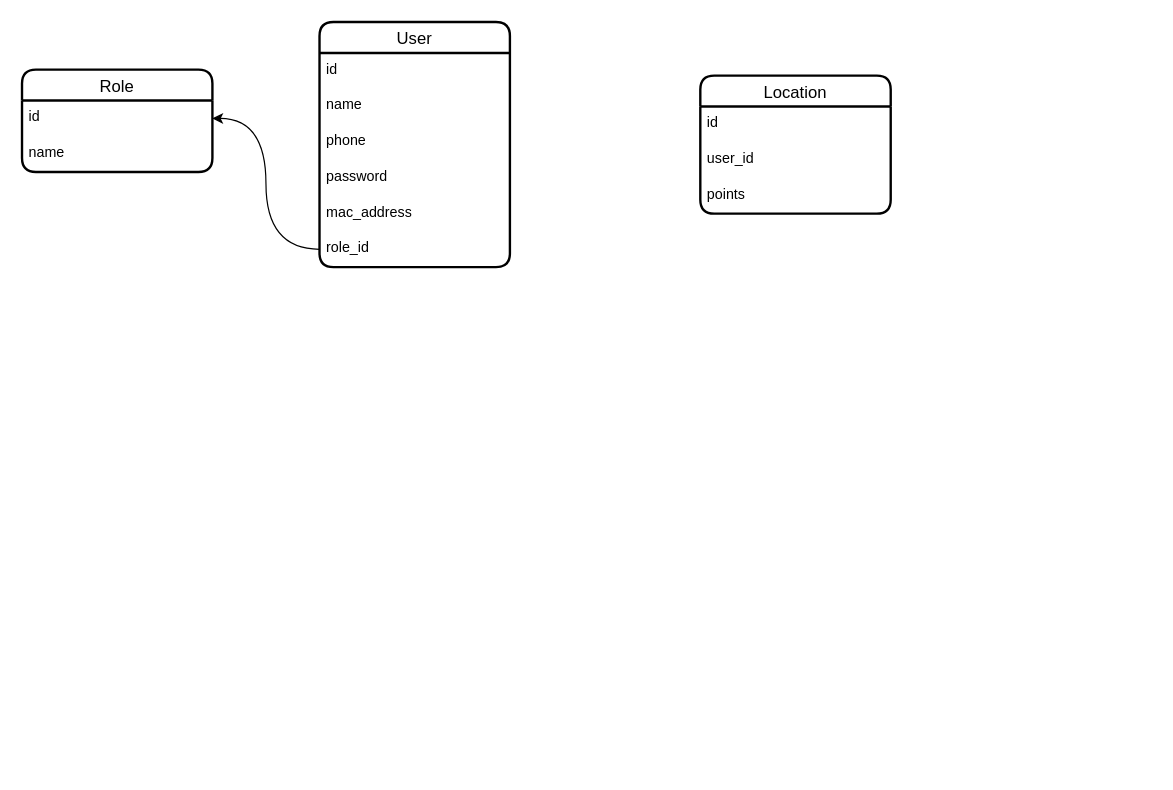
Above: karsoft-location.drawio in iztileuoff/databases (draw.io), before the change. Source tidied: cells renumbered, new cells numbered last; positions are measured from the earlier drawing's top-left corner, leaving out a move shared by most shapes. Both pictures are drawn from the tidied source at 119%, with x=0, y=0 at pixel (21, 21).
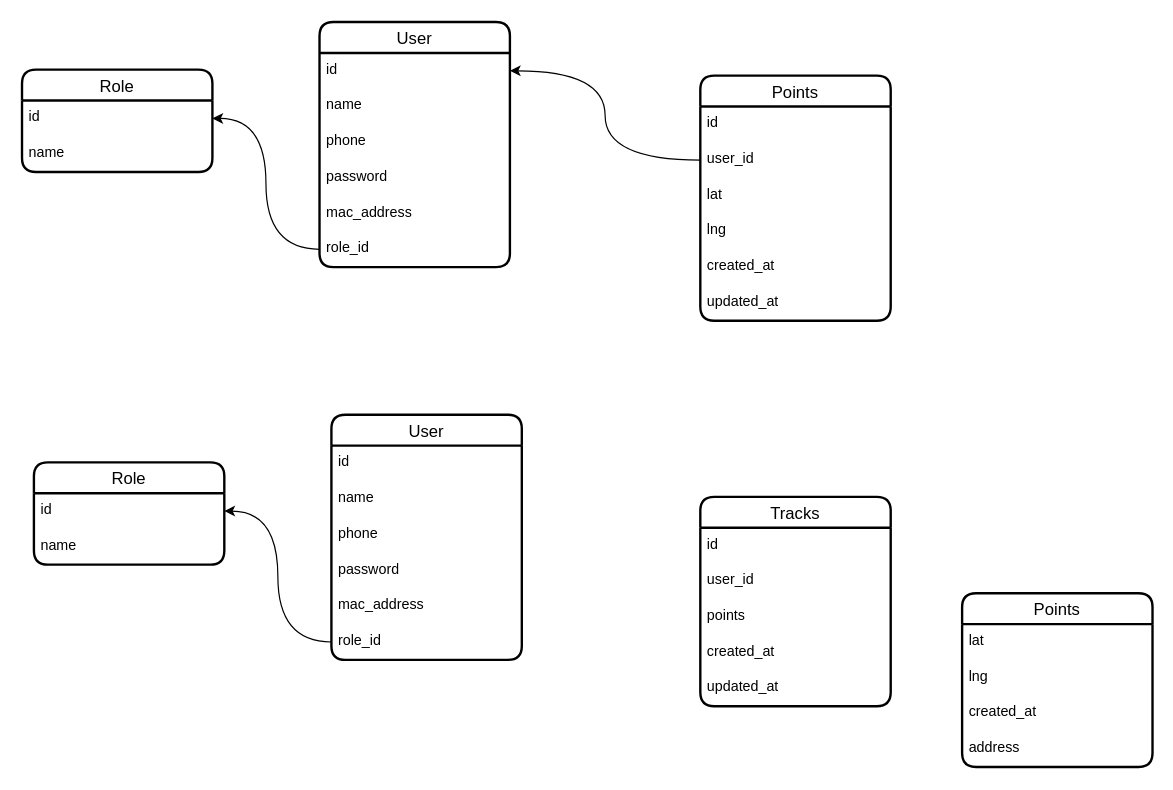
The same page after the edit.

The change refers to these unchanged cells:
```xml
<mxCell id="3" value="id" style="text;strokeColor=none;fillColor=none;spacingLeft=4;spacingRight=4;overflow=hidden;points=[[0,0.5],[1,0.5]];portConstraint=eastwest;fontSize=12;whiteSpace=wrap;html=1;" parent="2" vertex="1">
  <mxGeometry y="26" width="160" height="30" as="geometry" />
</mxCell>
<mxCell id="15" value="user_id" style="text;strokeColor=none;fillColor=none;spacingLeft=4;spacingRight=4;overflow=hidden;points=[[0,0.5],[1,0.5]];portConstraint=eastwest;fontSize=12;whiteSpace=wrap;html=1;" parent="13" vertex="1">
  <mxGeometry y="56" width="160" height="30" as="geometry" />
</mxCell>
```

Diff of the diagram source:
```diff
@@
-    <mxCell id="13" value="Location" style="swimlane;fontStyle=0;horizontal=1;startSize=26;align=center;fontSize=14;strokeWidth=2;rounded=1;shadow=0;glass=0;swimlaneLine=1;" parent="1" vertex="1">
-      <mxGeometry x="570" y="45" width="160" height="116" as="geometry" />
+    <mxCell id="13" value="Points" style="swimlane;fontStyle=0;horizontal=1;startSize=26;align=center;fontSize=14;strokeWidth=2;rounded=1;shadow=0;glass=0;swimlaneLine=1;" parent="1" vertex="1">
+      <mxGeometry x="570" y="45" width="160" height="206" as="geometry" />
     </mxCell>
@@
-    <mxCell id="16" value="points" style="text;strokeColor=none;fillColor=none;spacingLeft=4;spacingRight=4;overflow=hidden;fontSize=12;whiteSpace=wrap;html=1;" parent="13" vertex="1">
+    <mxCell id="16" value="lat" style="text;strokeColor=none;fillColor=none;spacingLeft=4;spacingRight=4;overflow=hidden;fontSize=12;whiteSpace=wrap;html=1;" parent="13" vertex="1">
       <mxGeometry y="86" width="160" height="30" as="geometry" />
     </mxCell>
+    <mxCell id="17" value="lng" style="text;strokeColor=none;fillColor=none;spacingLeft=4;spacingRight=4;overflow=hidden;fontSize=12;whiteSpace=wrap;html=1;" parent="13" vertex="1">
+      <mxGeometry y="116" width="160" height="30" as="geometry" />
+    </mxCell>
+    <mxCell id="18" value="created_at" style="text;strokeColor=none;fillColor=none;spacingLeft=4;spacingRight=4;overflow=hidden;fontSize=12;whiteSpace=wrap;html=1;" parent="13" vertex="1">
+      <mxGeometry y="146" width="160" height="30" as="geometry" />
+    </mxCell>
+    <mxCell id="19" value="updated_at" style="text;strokeColor=none;fillColor=none;spacingLeft=4;spacingRight=4;overflow=hidden;fontSize=12;whiteSpace=wrap;html=1;" parent="13" vertex="1">
+      <mxGeometry y="176" width="160" height="30" as="geometry" />
+    </mxCell>
+    <mxCell id="20" style="edgeStyle=orthogonalEdgeStyle;rounded=0;jettySize=auto;html=1;entryX=1;entryY=0.5;entryDx=0;entryDy=0;curved=1;" parent="1" edge="1" source="15" target="3">
+      <mxGeometry relative="1" as="geometry" />
+    </mxCell>
+    <mxCell id="21" value="User" style="swimlane;fontStyle=0;horizontal=1;startSize=26;align=center;fontSize=14;strokeWidth=2;rounded=1;shadow=0;glass=0;swimlaneLine=1;" parent="1" vertex="1">
+      <mxGeometry x="260" y="330" width="160" height="206" as="geometry" />
+    </mxCell>
+    <mxCell id="22" value="id" style="text;strokeColor=none;fillColor=none;spacingLeft=4;spacingRight=4;overflow=hidden;fontSize=12;whiteSpace=wrap;html=1;" parent="21" vertex="1">
+      <mxGeometry y="26" width="160" height="30" as="geometry" />
+    </mxCell>
+    <mxCell id="23" value="name" style="text;strokeColor=none;fillColor=none;spacingLeft=4;spacingRight=4;overflow=hidden;fontSize=12;whiteSpace=wrap;html=1;" parent="21" vertex="1">
+      <mxGeometry y="56" width="160" height="30" as="geometry" />
+    </mxCell>
+    <mxCell id="24" value="phone" style="text;strokeColor=none;fillColor=none;spacingLeft=4;spacingRight=4;overflow=hidden;fontSize=12;whiteSpace=wrap;html=1;" parent="21" vertex="1">
+      <mxGeometry y="86" width="160" height="30" as="geometry" />
+    </mxCell>
+    <mxCell id="25" value="password" style="text;strokeColor=none;fillColor=none;spacingLeft=4;spacingRight=4;overflow=hidden;fontSize=12;whiteSpace=wrap;html=1;" parent="21" vertex="1">
+      <mxGeometry y="116" width="160" height="30" as="geometry" />
+    </mxCell>
+    <mxCell id="26" value="mac_address" style="text;strokeColor=none;fillColor=none;spacingLeft=4;spacingRight=4;overflow=hidden;fontSize=12;whiteSpace=wrap;html=1;" parent="21" vertex="1">
+      <mxGeometry y="146" width="160" height="30" as="geometry" />
+    </mxCell>
+    <mxCell id="27" value="role_id" style="text;strokeColor=none;fillColor=none;spacingLeft=4;spacingRight=4;overflow=hidden;points=[[0,0.5],[1,0.5]];portConstraint=eastwest;fontSize=12;whiteSpace=wrap;html=1;" parent="21" vertex="1">
+      <mxGeometry y="176" width="160" height="30" as="geometry" />
+    </mxCell>
+    <mxCell id="28" value="Role" style="swimlane;fontStyle=0;horizontal=1;startSize=26;align=center;fontSize=14;strokeWidth=2;rounded=1;shadow=0;glass=0;swimlaneLine=1;" parent="1" vertex="1">
+      <mxGeometry x="10" y="370" width="160" height="86" as="geometry" />
+    </mxCell>
+    <mxCell id="29" value="id" style="text;strokeColor=none;fillColor=none;spacingLeft=4;spacingRight=4;overflow=hidden;points=[[0,0.5],[1,0.5]];portConstraint=eastwest;fontSize=12;whiteSpace=wrap;html=1;" parent="28" vertex="1">
+      <mxGeometry y="26" width="160" height="30" as="geometry" />
+    </mxCell>
+    <mxCell id="30" value="name" style="text;strokeColor=none;fillColor=none;spacingLeft=4;spacingRight=4;overflow=hidden;fontSize=12;whiteSpace=wrap;html=1;" parent="28" vertex="1">
+      <mxGeometry y="56" width="160" height="30" as="geometry" />
+    </mxCell>
+    <mxCell id="31" style="edgeStyle=orthogonalEdgeStyle;rounded=0;jettySize=auto;html=1;entryX=1;entryY=0.5;entryDx=0;entryDy=0;curved=1;" parent="1" edge="1" source="27" target="29">
+      <mxGeometry relative="1" as="geometry" />
+    </mxCell>
+    <mxCell id="32" value="Points" style="swimlane;fontStyle=0;horizontal=1;startSize=26;align=center;fontSize=14;strokeWidth=2;rounded=1;shadow=0;glass=0;swimlaneLine=1;" parent="1" vertex="1">
+      <mxGeometry x="790" y="480" width="160" height="146" as="geometry" />
+    </mxCell>
+    <mxCell id="33" value="lat" style="text;strokeColor=none;fillColor=none;spacingLeft=4;spacingRight=4;overflow=hidden;fontSize=12;whiteSpace=wrap;html=1;" parent="32" vertex="1">
+      <mxGeometry y="26" width="160" height="30" as="geometry" />
+    </mxCell>
+    <mxCell id="34" value="lng" style="text;strokeColor=none;fillColor=none;spacingLeft=4;spacingRight=4;overflow=hidden;fontSize=12;whiteSpace=wrap;html=1;" parent="32" vertex="1">
+      <mxGeometry y="56" width="160" height="30" as="geometry" />
+    </mxCell>
+    <mxCell id="35" value="created_at" style="text;strokeColor=none;fillColor=none;spacingLeft=4;spacingRight=4;overflow=hidden;fontSize=12;whiteSpace=wrap;html=1;" parent="32" vertex="1">
+      <mxGeometry y="86" width="160" height="30" as="geometry" />
+    </mxCell>
+    <mxCell id="36" value="address" style="text;strokeColor=none;fillColor=none;spacingLeft=4;spacingRight=4;overflow=hidden;fontSize=12;whiteSpace=wrap;html=1;" parent="32" vertex="1">
+      <mxGeometry y="116" width="160" height="30" as="geometry" />
+    </mxCell>
+    <mxCell id="37" value="Tracks" style="swimlane;fontStyle=0;horizontal=1;startSize=26;align=center;fontSize=14;strokeWidth=2;rounded=1;shadow=0;glass=0;swimlaneLine=1;" parent="1" vertex="1">
+      <mxGeometry x="570" y="399" width="160" height="176" as="geometry" />
+    </mxCell>
+    <mxCell id="38" value="id" style="text;strokeColor=none;fillColor=none;spacingLeft=4;spacingRight=4;overflow=hidden;fontSize=12;whiteSpace=wrap;html=1;" parent="37" vertex="1">
+      <mxGeometry y="26" width="160" height="30" as="geometry" />
+    </mxCell>
+    <mxCell id="39" value="user_id" style="text;strokeColor=none;fillColor=none;spacingLeft=4;spacingRight=4;overflow=hidden;fontSize=12;whiteSpace=wrap;html=1;" parent="37" vertex="1">
+      <mxGeometry y="56" width="160" height="30" as="geometry" />
+    </mxCell>
+    <mxCell id="40" value="points" style="text;strokeColor=none;fillColor=none;spacingLeft=4;spacingRight=4;overflow=hidden;fontSize=12;whiteSpace=wrap;html=1;" parent="37" vertex="1">
+      <mxGeometry y="86" width="160" height="30" as="geometry" />
+    </mxCell>
+    <mxCell id="41" value="created_at" style="text;strokeColor=none;fillColor=none;spacingLeft=4;spacingRight=4;overflow=hidden;fontSize=12;whiteSpace=wrap;html=1;" parent="37" vertex="1">
+      <mxGeometry y="116" width="160" height="30" as="geometry" />
+    </mxCell>
+    <mxCell id="42" value="updated_at" style="text;strokeColor=none;fillColor=none;spacingLeft=4;spacingRight=4;overflow=hidden;fontSize=12;whiteSpace=wrap;html=1;" parent="37" vertex="1">
+      <mxGeometry y="146" width="160" height="30" as="geometry" />
+    </mxCell>
```
